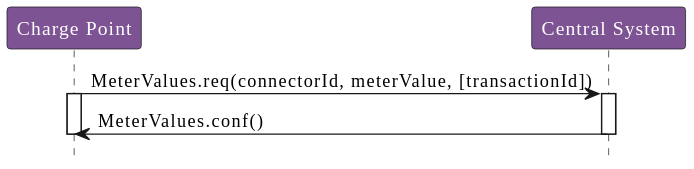
Before: OCPP_1.6/images/figure_18.svg, a diagram exported from PlantUML (phoi5675/ocpp-markdown).
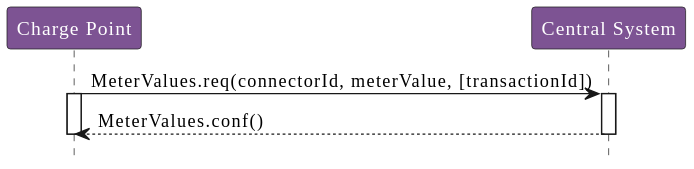
The same diagram one commit later.

Diff of the diagram source:
```diff
@@ -5,12 +5,10 @@
 participant "Central System" as CentralSystem
 
 ChargePoint -> CentralSystem : MeterValues.req(connectorId, meterValue, [transactionId])
-
 activate ChargePoint
 activate CentralSystem
 
-CentralSystem -> ChargePoint : MeterValues.conf()
-
+CentralSystem --> ChargePoint : MeterValues.conf()
 deactivate CentralSystem
 deactivate ChargePoint
 @enduml
```
